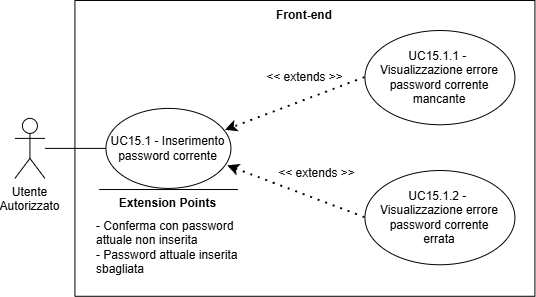
Earlier version of the draw.io export assets/diagrams/UC15_1.png (SkarabGroup/DocumentazioneProgetto). Source tidied: cells renumbered, new cells last; positions are measured from the earlier drawing's top-left corner, leaving out a move shared by most shapes.
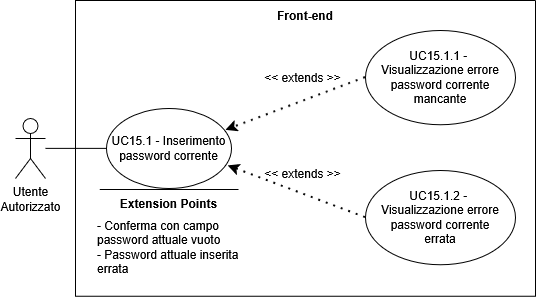
Above is the later version.

What changed in the source:
```diff
@@ -12,7 +12,7 @@
       <mxGeometry relative="1" as="geometry" />
     </mxCell>
     <mxCell id="5" value="&lt;div&gt;&amp;lt;&amp;lt; extends &amp;gt;&amp;gt;&lt;/div&gt;" style="text;html=1;whiteSpace=wrap;strokeColor=none;fillColor=none;align=center;verticalAlign=middle;rounded=0;" parent="2" vertex="1">
-      <mxGeometry x="182.5" y="62.1" width="95" height="30" as="geometry" />
+      <mxGeometry x="180" y="62.1" width="95" height="30" as="geometry" />
     </mxCell>
     <mxCell id="6" value="Front-end" style="text;html=1;whiteSpace=wrap;strokeColor=none;fillColor=none;align=center;verticalAlign=middle;rounded=0;perimeterSpacing=1;fontStyle=1;" parent="2" vertex="1">
       <mxGeometry x="200" width="60" height="30" as="geometry" />
@@ -27,7 +27,7 @@
       <mxGeometry relative="1" as="geometry" />
     </mxCell>
     <mxCell id="10" value="&lt;div&gt;&amp;lt;&amp;lt; extends &amp;gt;&amp;gt;&lt;/div&gt;" style="text;html=1;whiteSpace=wrap;strokeColor=none;fillColor=none;align=center;verticalAlign=middle;rounded=0;" parent="2" vertex="1">
-      <mxGeometry x="195" y="157.9" width="95" height="30" as="geometry" />
+      <mxGeometry x="180" y="157.9" width="95" height="30" as="geometry" />
     </mxCell>
     <mxCell id="11" value="&lt;div&gt;Utente&lt;/div&gt;&lt;div&gt;Autorizzato&lt;/div&gt;" style="shape=umlActor;verticalLabelPosition=bottom;verticalAlign=top;html=1;outlineConnect=0;" parent="1" vertex="1">
       <mxGeometry x="0.4" y="117.9" width="30" height="60" as="geometry" />
@@ -44,7 +44,7 @@
     <mxCell id="14" value="&lt;b&gt;Extension Points&lt;/b&gt;" style="text;html=1;whiteSpace=wrap;strokeColor=none;fillColor=none;align=center;verticalAlign=middle;rounded=0;strokeWidth=5;" parent="1" vertex="1">
       <mxGeometry x="96.4" y="188" width="115" height="30" as="geometry" />
     </mxCell>
-    <mxCell id="15" value="&lt;div align=&quot;left&quot;&gt;- Conferma con password attuale non inserita&lt;/div&gt;&lt;div align=&quot;left&quot;&gt;- Password attuale inserita sbagliata&lt;/div&gt;" style="text;html=1;whiteSpace=wrap;strokeColor=none;fillColor=none;align=left;verticalAlign=middle;rounded=0;" parent="1" vertex="1">
+    <mxCell id="15" value="&lt;div align=&quot;left&quot;&gt;- Conferma con campo password attuale vuoto&amp;nbsp;&lt;/div&gt;&lt;div align=&quot;left&quot;&gt;- Password attuale inserita errata&lt;/div&gt;" style="text;html=1;whiteSpace=wrap;strokeColor=none;fillColor=none;align=left;verticalAlign=middle;rounded=0;" parent="1" vertex="1">
       <mxGeometry x="80.4" y="201.9" width="147" height="90" as="geometry" />
     </mxCell>
   </root>
```
